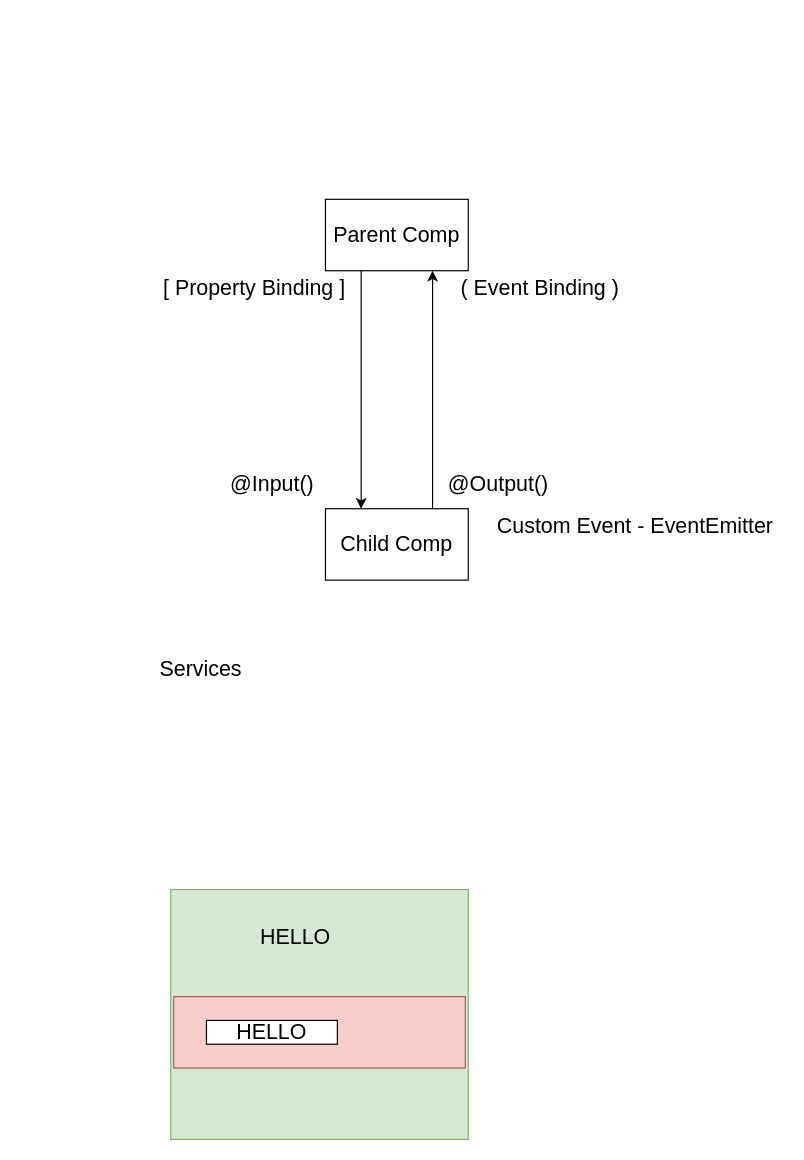
This is page "Page-7" (7 of 20) of full-diagrams.drawio from synergy2411/citiustech-sept21, a draw.io file, before an edit. Source tidied: cells renumbered, new cells numbered last; positions are measured from the earlier drawing's top-left corner, leaving out a move shared by most shapes. Both pictures are drawn from the tidied source at 119%, with x=0, y=0 at pixel (152, 199).
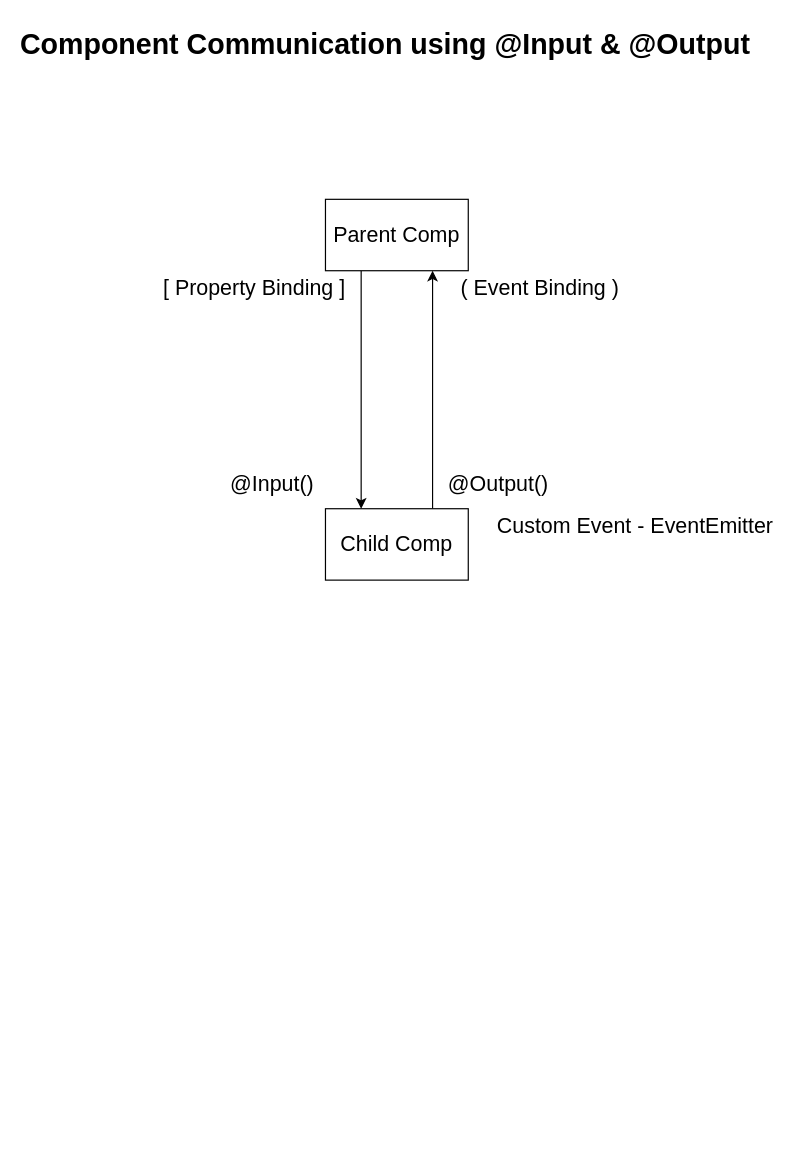
The same page after the edit.

Change to the diagram source:
```diff
@@
 <mxGraphModel>
   <root>
     <mxCell id="0" />
     <mxCell id="1" parent="0" />
     <mxCell id="2" style="edgeStyle=orthogonalEdgeStyle;rounded=0;jettySize=auto;html=1;exitX=0.25;exitY=1;exitDx=0;exitDy=0;entryX=0.25;entryY=0;entryDx=0;entryDy=0;fontSize=18;" parent="1" edge="1" source="3" target="5">
       <mxGeometry relative="1" as="geometry" />
     </mxCell>
     <mxCell id="3" value="Parent Comp" style="rounded=0;whiteSpace=wrap;html=1;fontSize=18;" parent="1" vertex="1">
       <mxGeometry x="145" width="120" height="60" as="geometry" />
     </mxCell>
     <mxCell id="4" style="edgeStyle=orthogonalEdgeStyle;rounded=0;jettySize=auto;html=1;exitX=0.75;exitY=0;exitDx=0;exitDy=0;entryX=0.75;entryY=1;entryDx=0;entryDy=0;fontSize=18;" parent="1" edge="1" source="5" target="3">
       <mxGeometry relative="1" as="geometry" />
     </mxCell>
     <mxCell id="5" value="Child Comp" style="rounded=0;whiteSpace=wrap;html=1;fontSize=18;" parent="1" vertex="1">
       <mxGeometry x="145" y="260" width="120" height="60" as="geometry" />
     </mxCell>
     <mxCell id="6" value="@Input()" style="text;html=1;align=center;verticalAlign=middle;strokeColor=none;fillColor=none;fontSize=18;" parent="1" vertex="1">
       <mxGeometry x="55" y="225" width="90" height="30" as="geometry" />
     </mxCell>
     <mxCell id="7" value="[ Property Binding ]" style="text;html=1;align=center;verticalAlign=middle;strokeColor=none;fillColor=none;fontSize=18;" parent="1" vertex="1">
       <mxGeometry y="60" width="170" height="30" as="geometry" />
     </mxCell>
     <mxCell id="8" value="@Output()" style="text;html=1;align=center;verticalAlign=middle;strokeColor=none;fillColor=none;fontSize=18;" parent="1" vertex="1">
       <mxGeometry x="240" y="225" width="100" height="30" as="geometry" />
     </mxCell>
     <mxCell id="9" value="( Event Binding )" style="text;html=1;align=center;verticalAlign=middle;strokeColor=none;fillColor=none;fontSize=18;" parent="1" vertex="1">
       <mxGeometry x="250" y="60" width="150" height="30" as="geometry" />
     </mxCell>
     <mxCell id="10" value="Custom Event - EventEmitter" style="text;html=1;align=center;verticalAlign=middle;strokeColor=none;fillColor=none;fontSize=18;" parent="1" vertex="1">
       <mxGeometry x="280" y="260" width="250" height="30" as="geometry" />
     </mxCell>
-    <mxCell id="11" value="Services" style="text;html=1;align=center;verticalAlign=middle;strokeColor=none;fillColor=none;fontSize=18;" parent="1" vertex="1">
-      <mxGeometry y="380" width="80" height="30" as="geometry" />
-    </mxCell>
-    <mxCell id="12" style="rounded=0;whiteSpace=wrap;html=1;fontSize=18;fillColor=#d5e8d4;strokeColor=#82b366;" parent="1" vertex="1">
-      <mxGeometry x="15" y="580" width="250" height="210" as="geometry" />
-    </mxCell>
-    <mxCell id="13" style="rounded=0;whiteSpace=wrap;html=1;fontSize=18;fillColor=#f8cecc;strokeColor=#b85450;" parent="1" vertex="1">
-      <mxGeometry x="17.5" y="670" width="245" height="60" as="geometry" />
-    </mxCell>
-    <mxCell id="14" value="HELLO" style="rounded=0;whiteSpace=wrap;html=1;fontSize=18;" parent="1" vertex="1">
-      <mxGeometry x="45" y="690" width="110" height="20" as="geometry" />
-    </mxCell>
-    <mxCell id="15" value="HELLO" style="text;html=1;strokeColor=none;fillColor=none;align=center;verticalAlign=middle;whiteSpace=wrap;rounded=0;fontSize=18;" parent="1" vertex="1">
-      <mxGeometry x="40" y="610" width="160" height="20" as="geometry" />
-    </mxCell>
+    <mxCell id="16" value="Component Communication using @Input &amp;amp; @Output" style="text;strokeColor=none;fillColor=none;html=1;fontSize=24;fontStyle=1;verticalAlign=middle;align=center;" parent="1" vertex="1">
+      <mxGeometry x="145" y="-150" width="100" height="40" as="geometry" />
+    </mxCell>
   </root>
 </mxGraphModel>
```
